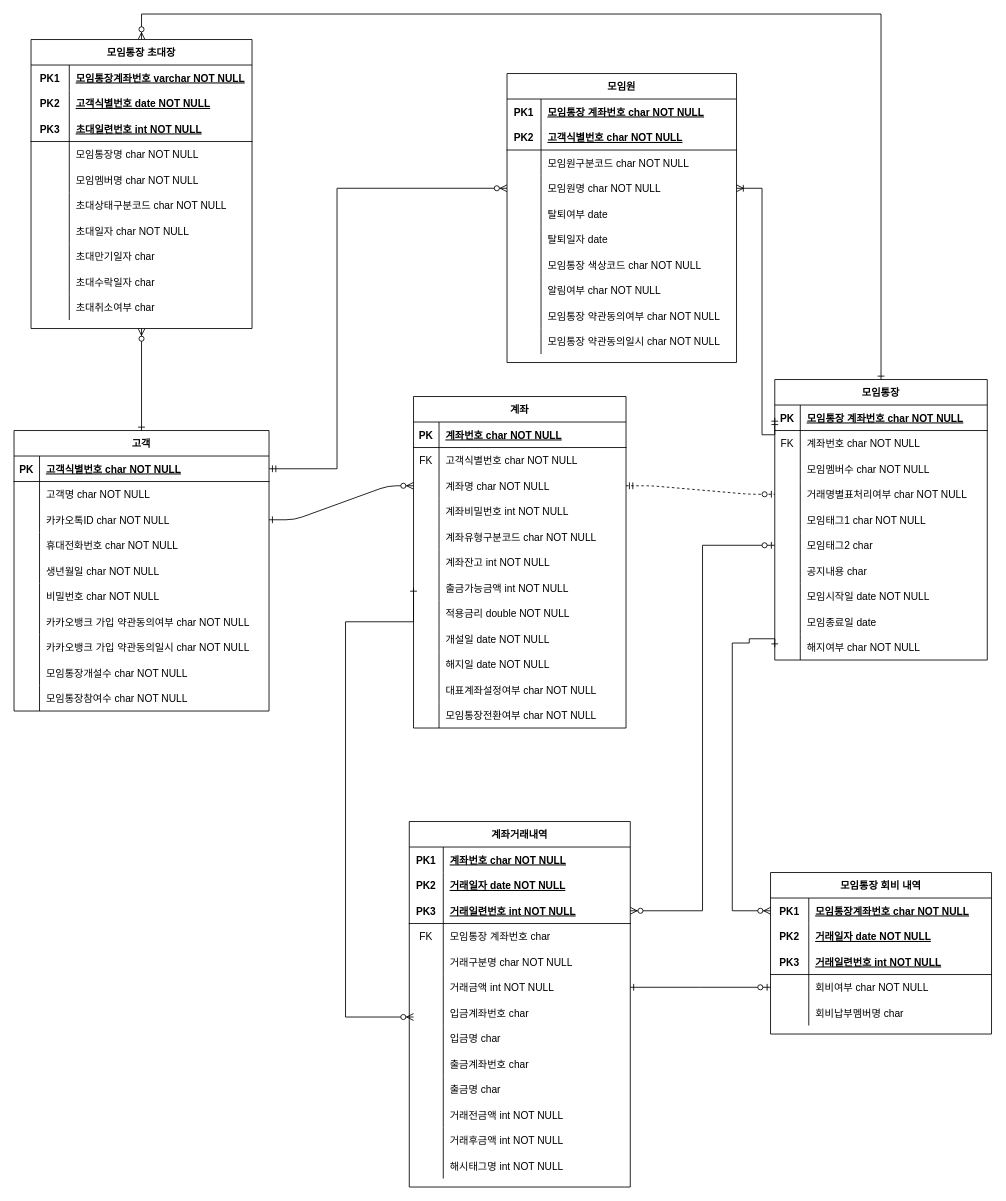
Above: kakaobank_groupaccount_erd.drawio in jeondele/ys_present (draw.io), before the change. Source tidied: cells renumbered, new cells numbered last; positions are measured from the earlier drawing's top-left corner, leaving out a move shared by most shapes. Both pictures are drawn from the tidied source at 85%, with x=0, y=0 at pixel (14, 14).
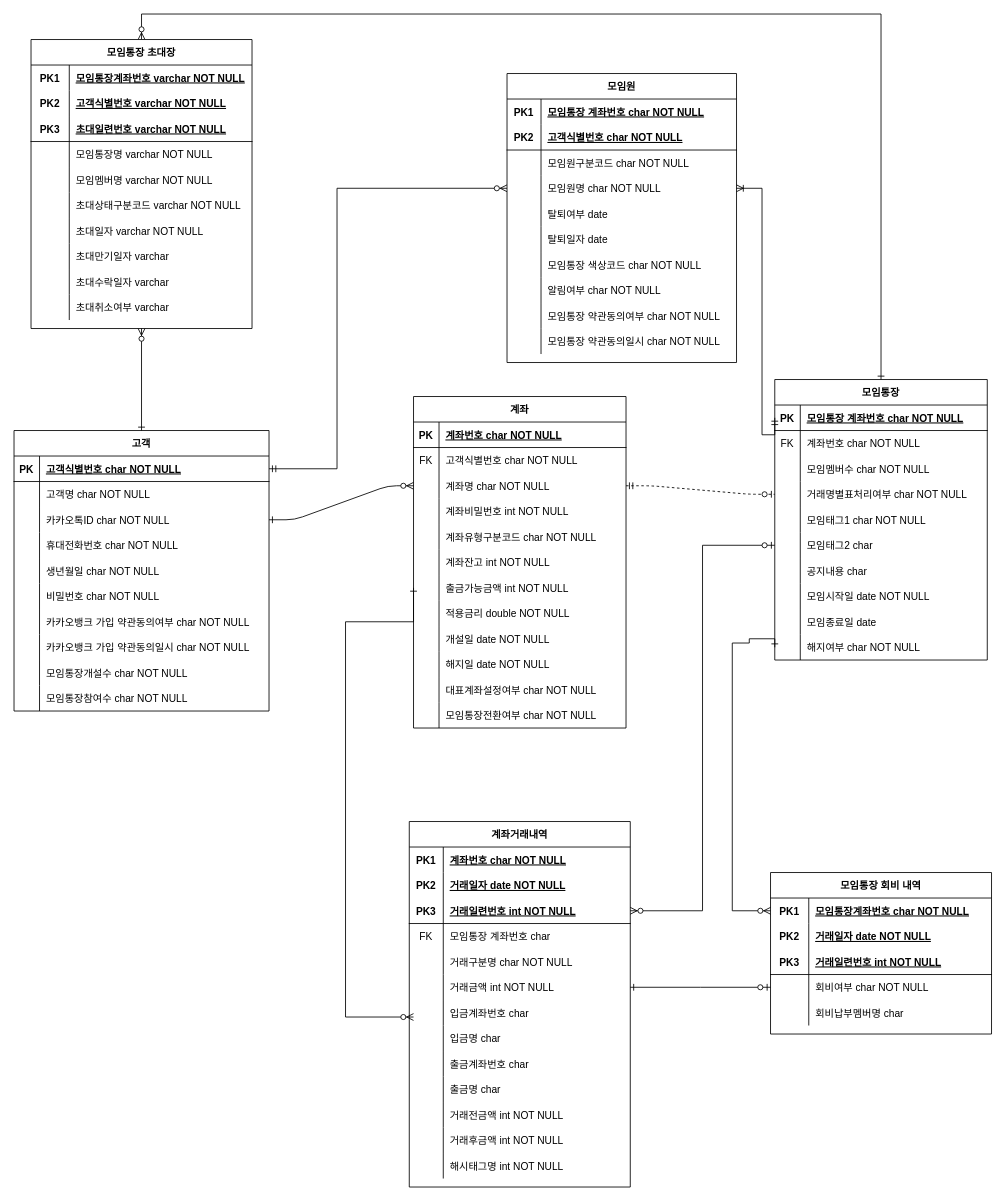
The same page after the edit.

Unchanged cells that the change refers to:
```xml
<mxCell id="202" style="shape=partialRectangle;fillColor=none;top=0;left=0;bottom=1;right=0;strokeColor=none;" parent="198" vertex="1">
  <mxGeometry y="60" width="260" height="30" as="geometry" />
</mxCell>
<mxCell id="205" style="shape=partialRectangle;fillColor=none;top=0;left=0;bottom=1;right=0;" parent="198" vertex="1">
  <mxGeometry y="90" width="260" height="30" as="geometry" />
</mxCell>
<mxCell id="208" style="shape=partialRectangle;fillColor=none;top=0;left=0;bottom=0;right=0;" parent="198" vertex="1">
  <mxGeometry y="120" width="260" height="30" as="geometry" />
</mxCell>
<mxCell id="211" style="shape=partialRectangle;fillColor=none;top=0;left=0;bottom=0;right=0;" parent="198" vertex="1">
  <mxGeometry y="150" width="260" height="30" as="geometry" />
</mxCell>
<mxCell id="214" style="shape=partialRectangle;fillColor=none;top=0;left=0;bottom=0;right=0;" parent="198" vertex="1">
  <mxGeometry y="180" width="260" height="30" as="geometry" />
</mxCell>
<mxCell id="217" style="shape=partialRectangle;fillColor=none;top=0;left=0;bottom=0;right=0;" parent="198" vertex="1">
  <mxGeometry y="210" width="260" height="30" as="geometry" />
</mxCell>
<mxCell id="220" style="shape=partialRectangle;fillColor=none;top=0;left=0;bottom=0;right=0;" parent="198" vertex="1">
  <mxGeometry y="240" width="260" height="30" as="geometry" />
</mxCell>
<mxCell id="223" style="shape=partialRectangle;fillColor=none;top=0;left=0;bottom=0;right=0;" parent="198" vertex="1">
  <mxGeometry y="270" width="260" height="30" as="geometry" />
</mxCell>
<mxCell id="226" style="shape=partialRectangle;fillColor=none;top=0;left=0;bottom=0;right=0;" parent="198" vertex="1">
  <mxGeometry y="300" width="260" height="30" as="geometry" />
</mxCell>
```

Change to the diagram source:
```diff
@@
-    <mxCell id="204" value="고객식별번호 date NOT NULL" style="shape=partialRectangle;fillColor=none;top=0;left=0;bottom=0;right=0;align=left;spacingLeft=6;fontStyle=5;overflow=hidden;strokeWidth=6;strokeColor=none;" parent="202" vertex="1">
+    <mxCell id="204" value="고객식별번호 varchar NOT NULL" style="shape=partialRectangle;fillColor=none;top=0;left=0;bottom=0;right=0;align=left;spacingLeft=6;fontStyle=5;overflow=hidden;strokeWidth=6;strokeColor=none;" parent="202" vertex="1">
       <mxGeometry x="45" width="215" height="30" as="geometry" />
     </mxCell>
@@
-    <mxCell id="207" value="초대일련번호 int NOT NULL" style="shape=partialRectangle;fillColor=none;top=0;left=0;bottom=0;right=0;align=left;spacingLeft=6;fontStyle=5;overflow=hidden;" parent="205" vertex="1">
+    <mxCell id="207" value="초대일련번호 varchar NOT NULL" style="shape=partialRectangle;fillColor=none;top=0;left=0;bottom=0;right=0;align=left;spacingLeft=6;fontStyle=5;overflow=hidden;" parent="205" vertex="1">
       <mxGeometry x="45" width="215" height="30" as="geometry" />
     </mxCell>
@@
-    <mxCell id="210" value="모임통장명 char NOT NULL" style="shape=partialRectangle;fillColor=none;top=0;left=0;bottom=0;right=0;align=left;spacingLeft=6;overflow=hidden;" parent="208" vertex="1">
+    <mxCell id="210" value="모임통장명 varchar NOT NULL" style="shape=partialRectangle;fillColor=none;top=0;left=0;bottom=0;right=0;align=left;spacingLeft=6;overflow=hidden;" parent="208" vertex="1">
       <mxGeometry x="45" width="215" height="30" as="geometry" />
     </mxCell>
@@
-    <mxCell id="213" value="모임멤버명 char NOT NULL" style="shape=partialRectangle;fillColor=none;top=0;left=0;bottom=0;right=0;align=left;spacingLeft=6;overflow=hidden;" parent="211" vertex="1">
+    <mxCell id="213" value="모임멤버명 varchar NOT NULL" style="shape=partialRectangle;fillColor=none;top=0;left=0;bottom=0;right=0;align=left;spacingLeft=6;overflow=hidden;" parent="211" vertex="1">
       <mxGeometry x="45" width="215" height="30" as="geometry" />
     </mxCell>
@@
-    <mxCell id="216" value="초대상태구분코드 char NOT NULL" style="shape=partialRectangle;fillColor=none;top=0;left=0;bottom=0;right=0;align=left;spacingLeft=6;overflow=hidden;" parent="214" vertex="1">
+    <mxCell id="216" value="초대상태구분코드 varchar NOT NULL" style="shape=partialRectangle;fillColor=none;top=0;left=0;bottom=0;right=0;align=left;spacingLeft=6;overflow=hidden;" parent="214" vertex="1">
       <mxGeometry x="45" width="215" height="30" as="geometry" />
     </mxCell>
@@
-    <mxCell id="219" value="초대일자 char NOT NULL" style="shape=partialRectangle;fillColor=none;top=0;left=0;bottom=0;right=0;align=left;spacingLeft=6;overflow=hidden;" parent="217" vertex="1">
+    <mxCell id="219" value="초대일자 varchar NOT NULL" style="shape=partialRectangle;fillColor=none;top=0;left=0;bottom=0;right=0;align=left;spacingLeft=6;overflow=hidden;" parent="217" vertex="1">
       <mxGeometry x="45" width="215" height="30" as="geometry" />
     </mxCell>
@@
-    <mxCell id="222" value="초대만기일자 char " style="shape=partialRectangle;fillColor=none;top=0;left=0;bottom=0;right=0;align=left;spacingLeft=6;overflow=hidden;" parent="220" vertex="1">
+    <mxCell id="222" value="초대만기일자 varchar " style="shape=partialRectangle;fillColor=none;top=0;left=0;bottom=0;right=0;align=left;spacingLeft=6;overflow=hidden;" parent="220" vertex="1">
       <mxGeometry x="45" width="215" height="30" as="geometry" />
     </mxCell>
@@
-    <mxCell id="225" value="초대수락일자 char " style="shape=partialRectangle;fillColor=none;top=0;left=0;bottom=0;right=0;align=left;spacingLeft=6;overflow=hidden;" parent="223" vertex="1">
+    <mxCell id="225" value="초대수락일자 varchar " style="shape=partialRectangle;fillColor=none;top=0;left=0;bottom=0;right=0;align=left;spacingLeft=6;overflow=hidden;" parent="223" vertex="1">
       <mxGeometry x="45" width="215" height="30" as="geometry" />
     </mxCell>
@@
-    <mxCell id="228" value="초대취소여부 char " style="shape=partialRectangle;fillColor=none;top=0;left=0;bottom=0;right=0;align=left;spacingLeft=6;overflow=hidden;" parent="226" vertex="1">
+    <mxCell id="228" value="초대취소여부 varchar " style="shape=partialRectangle;fillColor=none;top=0;left=0;bottom=0;right=0;align=left;spacingLeft=6;overflow=hidden;" parent="226" vertex="1">
       <mxGeometry x="45" width="215" height="30" as="geometry" />
     </mxCell>
```
